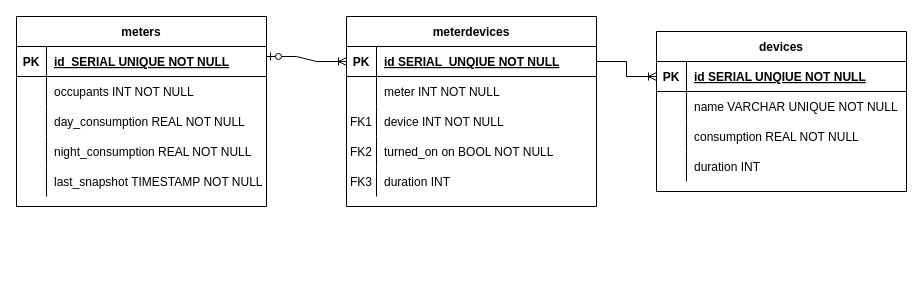
Above: tables.drawio in tm-pe2/ai-meter (draw.io), before the change. Source tidied: cells renumbered, new cells numbered last; positions are measured from the earlier drawing's top-left corner, leaving out a move shared by most shapes. Both pictures are drawn from the tidied source at 100%, with x=0, y=0 at pixel (16, 16).
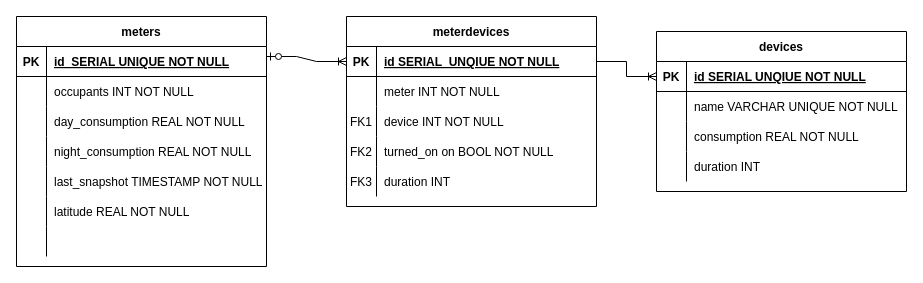
The same page after the edit.

What changed in the source:
```diff
@@
     <mxCell id="31" value="meters" style="shape=table;startSize=30;childLayout=tableLayout;rowLines=0;fontStyle=1;align=center;" parent="1" vertex="1">
-      <mxGeometry width="250" height="190" as="geometry" />
+      <mxGeometry width="250" height="250" as="geometry" />
     </mxCell>
@@
+    <mxCell id="49" style="shape=partialRectangle;fillColor=none;top=0;left=0;right=0;bottom=0;" parent="31" vertex="1">
+      <mxGeometry y="180" width="250" height="30" as="geometry" />
+    </mxCell>
+    <mxCell id="50" style="shape=partialRectangle;overflow=hidden;fillColor=none;top=0;left=0;bottom=0;right=0;" parent="49" vertex="1">
+      <mxGeometry width="30" height="30" as="geometry" />
+    </mxCell>
+    <mxCell id="51" value="latitude REAL NOT NULL" style="shape=partialRectangle;overflow=hidden;fillColor=none;top=0;left=0;bottom=0;right=0;align=left;spacingLeft=6;" parent="49" vertex="1">
+      <mxGeometry x="30" width="220" height="30" as="geometry" />
+    </mxCell>
+    <mxCell id="52" style="shape=partialRectangle;fillColor=none;top=0;left=0;right=0;bottom=0;" parent="31" vertex="1">
+      <mxGeometry y="210" width="250" height="30" as="geometry" />
+    </mxCell>
+    <mxCell id="53" style="shape=partialRectangle;overflow=hidden;fillColor=none;top=0;left=0;bottom=0;right=0;" parent="52" vertex="1">
+      <mxGeometry width="30" height="30" as="geometry" />
+    </mxCell>
+    <mxCell id="54" style="shape=partialRectangle;overflow=hidden;fillColor=none;top=0;left=0;bottom=0;right=0;align=left;spacingLeft=6;" parent="52" vertex="1">
+      <mxGeometry x="30" width="220" height="30" as="geometry" />
+    </mxCell>
```
